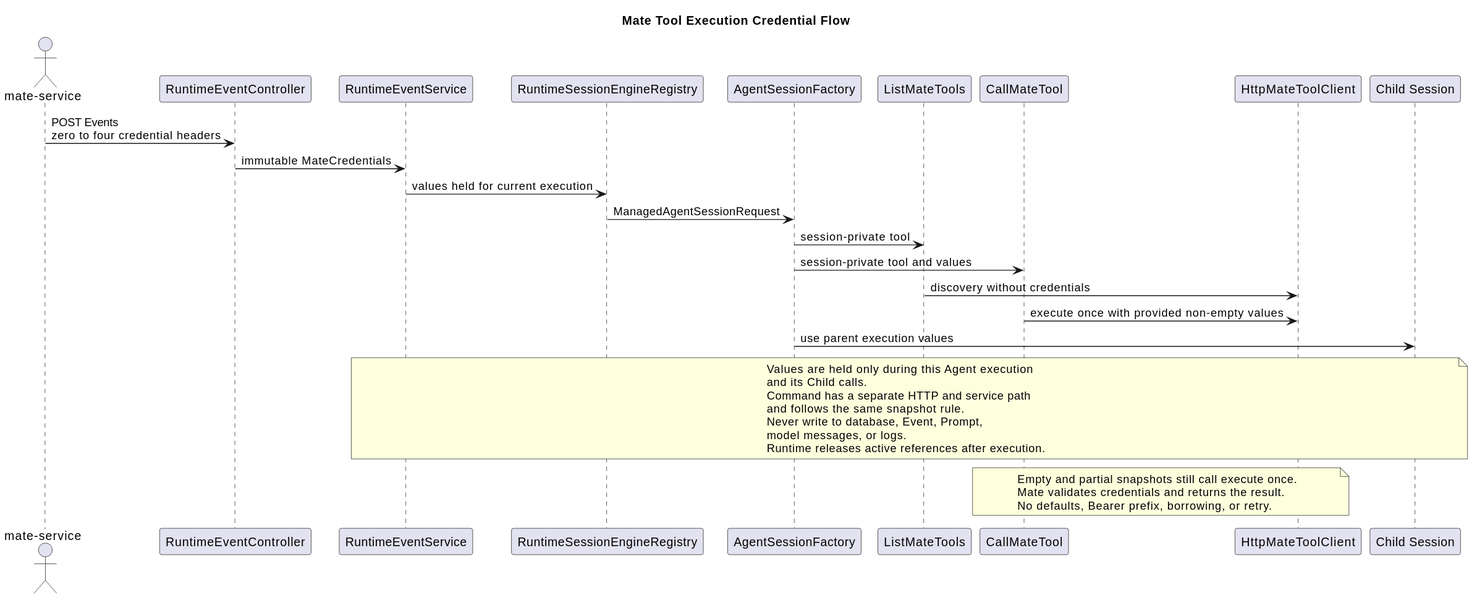
The PlantUML diagram docs/designs/tool-system-v2/mate_credential_flow.svg in 2862282695gjh-afk/pi-mono-java, before a commit.
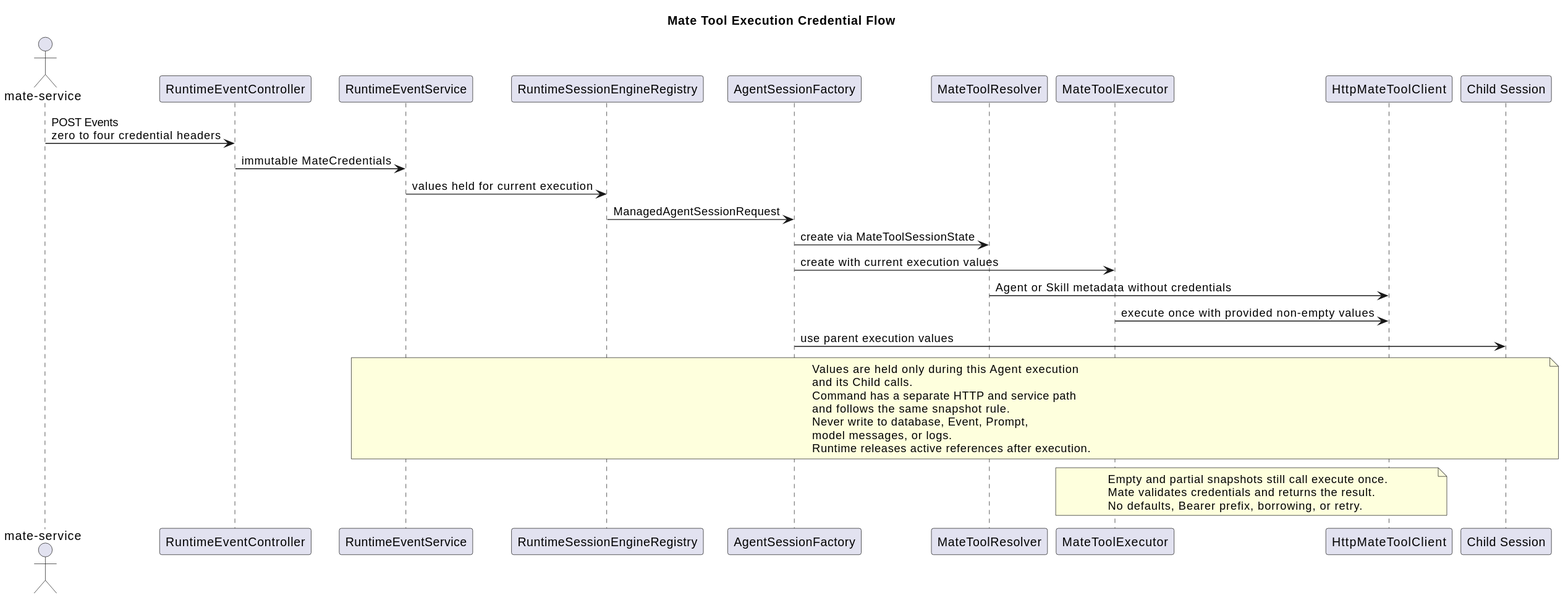
After the commit.

Change to the diagram source:
```diff
@@ -7,8 +7,8 @@
 participant "RuntimeEventService" as Service
 participant "RuntimeSessionEngineRegistry" as Registry
 participant "AgentSessionFactory" as Factory
-participant "ListMateTools" as List
-participant "CallMateTool" as Call
+participant "MateToolResolver" as Resolver
+participant "MateToolExecutor" as Executor
 participant "HttpMateToolClient" as Client
 participant "Child Session" as Child
 
@@ -16,10 +16,10 @@
 Controller -> Service : immutable MateCredentials
 Service -> Registry : values held for current execution
 Registry -> Factory : ManagedAgentSessionRequest
-Factory -> List : session-private tool
-Factory -> Call : session-private tool and values
-List -> Client : discovery without credentials
-Call -> Client : execute once with provided non-empty values
+Factory -> Resolver : create via MateToolSessionState
+Factory -> Executor : create with current execution values
+Resolver -> Client : Agent or Skill metadata without credentials
+Executor -> Client : execute once with provided non-empty values
 Factory -> Child : use parent execution values
 note over Service,Child
   Values are held only during this Agent execution
@@ -30,7 +30,7 @@
   model messages, or logs.
   Runtime releases active references after execution.
 end note
-note over Call,Client
+note over Executor,Client
   Empty and partial snapshots still call execute once.
   Mate validates credentials and returns the result.
   No defaults, Bearer prefix, borrowing, or retry.
```
